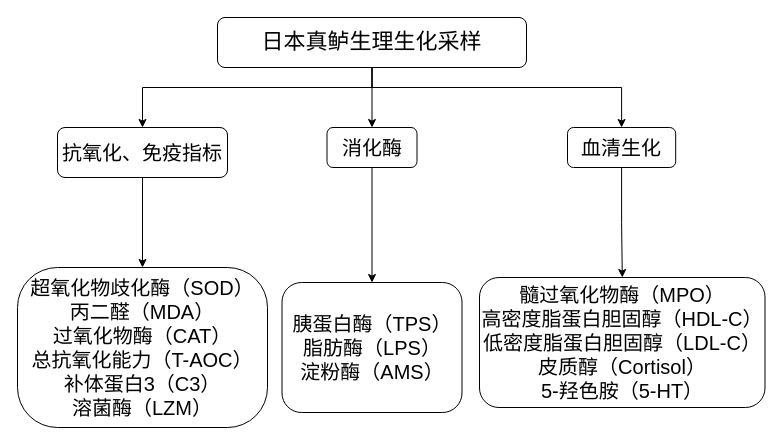
729973389/picture keeps this draw.io diagram as 生理生化采样.drawio. Above is the earlier version. Source tidied: cells renumbered, new cells numbered last; positions are measured from the earlier drawing's top-left corner, leaving out a move shared by most shapes. Both pictures are drawn from the tidied source at 100%, with x=0, y=0 at pixel (17, 17).
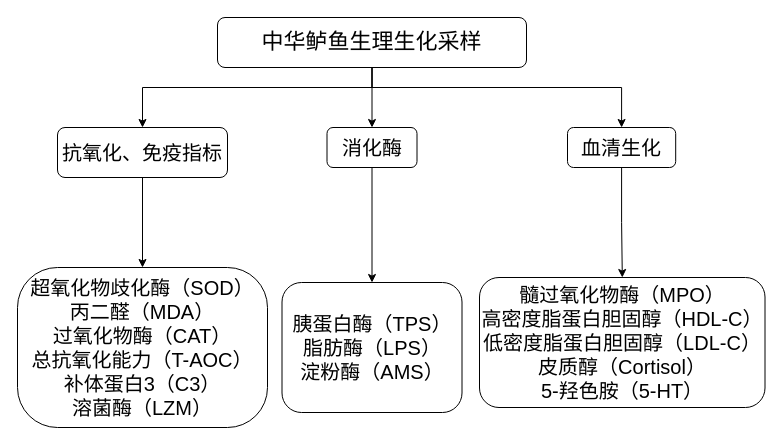
The same page after the edit.

Commit message:
更新生理生化采样.drawio

Change to the diagram source:
```diff
@@
 <mxGraphModel>
   <root>
     <mxCell id="0" />
     <mxCell id="1" parent="0" />
     <mxCell id="2" style="edgeStyle=orthogonalEdgeStyle;rounded=0;jettySize=auto;html=1;entryX=0.5;entryY=0;entryDx=0;entryDy=0;" parent="1" edge="1" source="5" target="7">
       <mxGeometry relative="1" as="geometry">
         <Array as="points">
           <mxPoint x="355" y="70" />
           <mxPoint x="125" y="70" />
         </Array>
       </mxGeometry>
     </mxCell>
     <mxCell id="3" style="edgeStyle=orthogonalEdgeStyle;rounded=0;jettySize=auto;html=1;entryX=0.5;entryY=0;entryDx=0;entryDy=0;" parent="1" edge="1" source="5" target="9">
       <mxGeometry relative="1" as="geometry" />
     </mxCell>
     <mxCell id="4" style="edgeStyle=orthogonalEdgeStyle;rounded=0;jettySize=auto;html=1;entryX=0.5;entryY=0;entryDx=0;entryDy=0;" parent="1" edge="1" source="5" target="11">
       <mxGeometry relative="1" as="geometry">
         <Array as="points">
           <mxPoint x="355" y="70" />
           <mxPoint x="604" y="70" />
         </Array>
       </mxGeometry>
     </mxCell>
-    <mxCell id="5" value="日本真鲈生理生化采样" style="rounded=1;whiteSpace=wrap;html=1;fontSize=22;" parent="1" vertex="1">
+    <mxCell id="5" value="中华鲈鱼生理生化采样" style="rounded=1;whiteSpace=wrap;html=1;fontSize=22;" parent="1" vertex="1">
       <mxGeometry x="200" width="309" height="50" as="geometry" />
     </mxCell>
     <mxCell id="6" style="edgeStyle=orthogonalEdgeStyle;rounded=0;jettySize=auto;html=1;entryX=0.5;entryY=0;entryDx=0;entryDy=0;fontSize=20;" parent="1" edge="1" source="7" target="12">
       <mxGeometry relative="1" as="geometry" />
     </mxCell>
     <mxCell id="7" value="抗氧化、免疫指标" style="rounded=1;whiteSpace=wrap;html=1;fontSize=20;align=center;" parent="1" vertex="1">
       <mxGeometry x="40" y="110" width="170" height="50" as="geometry" />
     </mxCell>
     <mxCell id="8" style="edgeStyle=orthogonalEdgeStyle;rounded=0;jettySize=auto;html=1;fontSize=20;" parent="1" edge="1" source="9" target="13">
       <mxGeometry relative="1" as="geometry" />
     </mxCell>
     <mxCell id="9" value="消化酶" style="rounded=1;whiteSpace=wrap;html=1;fontSize=20;align=center;" parent="1" vertex="1">
       <mxGeometry x="309.5" y="110" width="90" height="40" as="geometry" />
     </mxCell>
     <mxCell id="10" style="edgeStyle=orthogonalEdgeStyle;rounded=0;jettySize=auto;html=1;fontSize=20;" parent="1" edge="1" source="11" target="14">
       <mxGeometry relative="1" as="geometry" />
     </mxCell>
     <mxCell id="11" value="血清生化" style="rounded=1;whiteSpace=wrap;html=1;fontSize=20;align=center;" parent="1" vertex="1">
       <mxGeometry x="550" y="110" width="108.2" height="40" as="geometry" />
     </mxCell>
     <mxCell id="12" value="超氧化物歧化酶（SOD）&lt;br&gt;丙二醛（MDA）&lt;br&gt;过氧化物酶（CAT）&lt;br&gt;总抗氧化能力（T-AOC）&lt;br&gt;补体蛋白3（C3）&lt;br&gt;溶菌酶（LZM）" style="rounded=1;whiteSpace=wrap;html=1;fontSize=20;align=center;arcSize=25;" parent="1" vertex="1">
       <mxGeometry y="250" width="250" height="160" as="geometry" />
     </mxCell>
     <mxCell id="13" value="胰蛋白酶（TPS）&lt;br&gt;脂肪酶（LPS）&lt;br&gt;淀粉酶（AMS）" style="rounded=1;whiteSpace=wrap;html=1;fontSize=20;align=center;" parent="1" vertex="1">
       <mxGeometry x="264.5" y="265" width="180" height="130" as="geometry" />
     </mxCell>
     <mxCell id="14" value="髓过氧化物酶（MPO）&lt;br&gt;高密度脂蛋白胆固醇（HDL-C）&lt;br&gt;低密度脂蛋白胆固醇（LDL-C）&lt;br&gt;皮质醇（Cortisol）&lt;br&gt;5-羟色胺（5-HT）" style="rounded=1;whiteSpace=wrap;html=1;fontSize=20;align=center;" parent="1" vertex="1">
       <mxGeometry x="462" y="260" width="285.5" height="130" as="geometry" />
     </mxCell>
   </root>
 </mxGraphModel>
```
